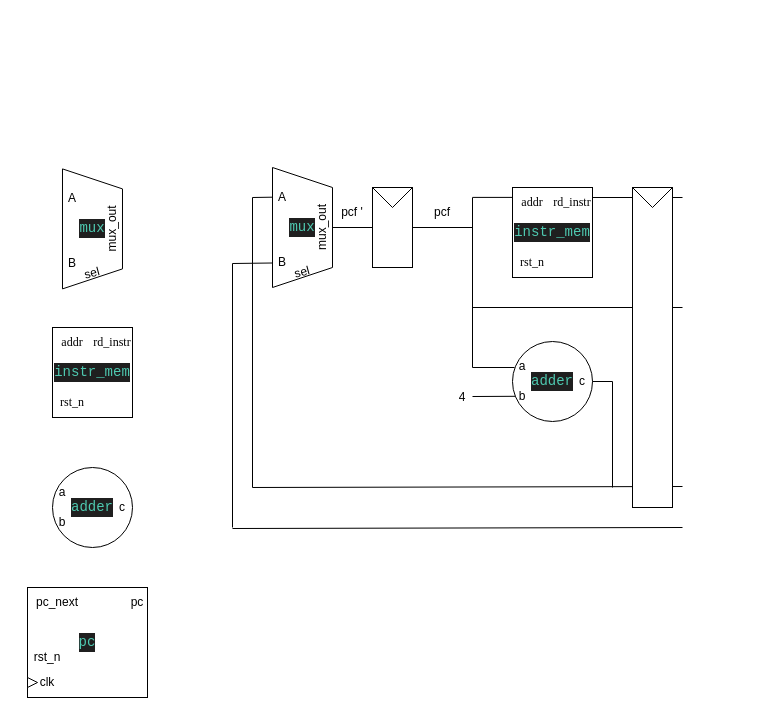
Earlier version of the draw.io diagram riscky_core.drawio (manavshah-28/riscky_soc). Source tidied: cells renumbered, new cells numbered last; positions are measured from the earlier drawing's top-left corner, leaving out a move shared by most shapes. Both pictures are drawn from the tidied source at 100%, with x=0, y=0 at pixel (17, 167).
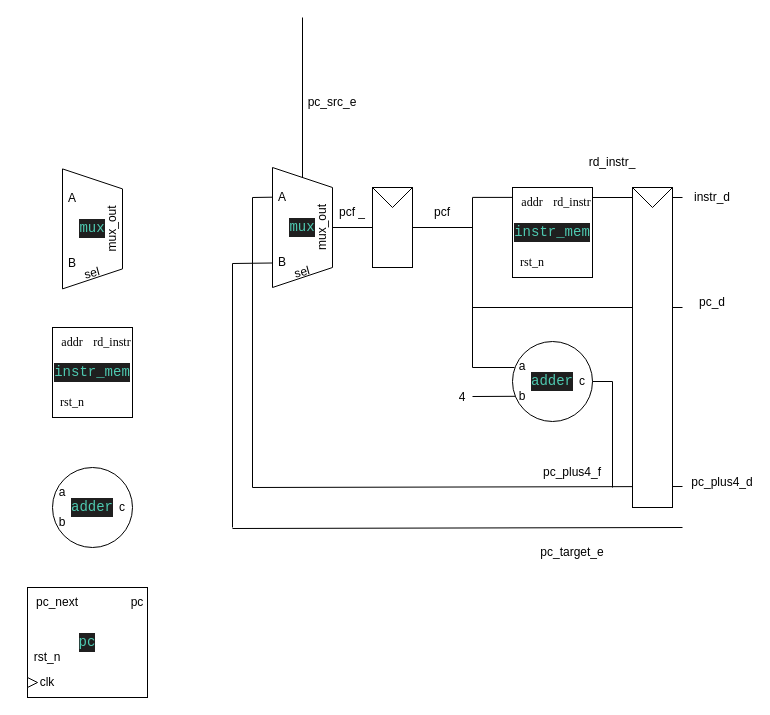
The same diagram, later.

What changed in the source:
```diff
@@
-    <mxCell id="60" value="pcf '" style="text;html=1;whiteSpace=wrap;strokeColor=none;fillColor=none;align=center;verticalAlign=middle;rounded=0;" parent="1" vertex="1">
+    <mxCell id="60" value="pcf _" style="text;html=1;whiteSpace=wrap;strokeColor=none;fillColor=none;align=center;verticalAlign=middle;rounded=0;" parent="1" vertex="1">
       <mxGeometry x="305" y="30" width="60" height="30" as="geometry" />
     </mxCell>
@@
+    <mxCell id="66" value="pc_plus4_f" style="text;html=1;whiteSpace=wrap;strokeColor=none;fillColor=none;align=center;verticalAlign=middle;rounded=0;" parent="1" vertex="1">
+      <mxGeometry x="525" y="290" width="60" height="30" as="geometry" />
+    </mxCell>
+    <mxCell id="67" value="pc_target_e" style="text;html=1;whiteSpace=wrap;strokeColor=none;fillColor=none;align=center;verticalAlign=middle;rounded=0;" parent="1" vertex="1">
+      <mxGeometry x="525" y="370" width="60" height="30" as="geometry" />
+    </mxCell>
+    <mxCell id="68" style="endArrow=none;html=1;rounded=0;" parent="1" edge="1">
+      <mxGeometry relative="1" as="geometry">
+        <mxPoint x="285" y="-150" as="sourcePoint" />
+        <mxPoint x="285" y="10" as="targetPoint" />
+      </mxGeometry>
+    </mxCell>
+    <mxCell id="69" value="pc_src_e" style="text;html=1;whiteSpace=wrap;strokeColor=none;fillColor=none;align=center;verticalAlign=middle;rounded=0;" parent="1" vertex="1">
+      <mxGeometry x="285" y="-80" width="60" height="30" as="geometry" />
+    </mxCell>
+    <mxCell id="70" value="instr_d" style="text;html=1;whiteSpace=wrap;strokeColor=none;fillColor=none;align=center;verticalAlign=middle;rounded=0;" parent="1" vertex="1">
+      <mxGeometry x="665" y="15" width="60" height="30" as="geometry" />
+    </mxCell>
+    <mxCell id="71" value="pc_d" style="text;html=1;whiteSpace=wrap;strokeColor=none;fillColor=none;align=center;verticalAlign=middle;rounded=0;" parent="1" vertex="1">
+      <mxGeometry x="665" y="120" width="60" height="30" as="geometry" />
+    </mxCell>
+    <mxCell id="72" value="pc_plus4_d" style="text;html=1;whiteSpace=wrap;strokeColor=none;fillColor=none;align=center;verticalAlign=middle;rounded=0;" parent="1" vertex="1">
+      <mxGeometry x="675" y="300" width="60" height="30" as="geometry" />
+    </mxCell>
+    <mxCell id="73" value="rd_instr_" style="text;html=1;whiteSpace=wrap;strokeColor=none;fillColor=none;align=center;verticalAlign=middle;rounded=0;" parent="1" vertex="1">
+      <mxGeometry x="565" y="-20" width="60" height="30" as="geometry" />
+    </mxCell>
```
